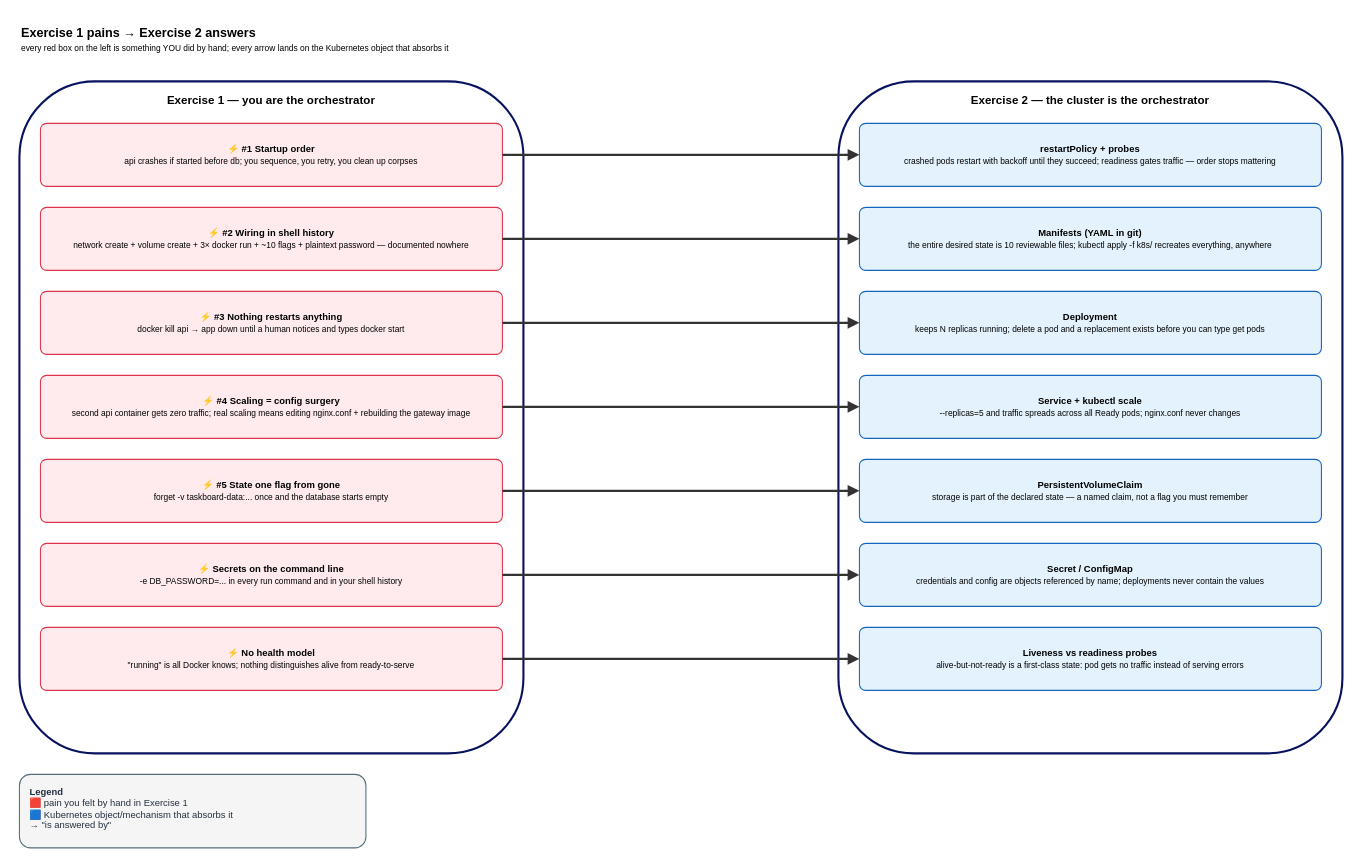
farid809/k8s-one-day-lab keeps this draw.io diagram as docs/diagrams/02-containers-vs-k8s.drawio. Above is the earlier version. Source tidied: cells renumbered, new cells numbered last; positions are measured from the earlier drawing's top-left corner, leaving out a move shared by most shapes. Both pictures are drawn from the tidied source at 105%, with x=0, y=0 at pixel (19, 18).
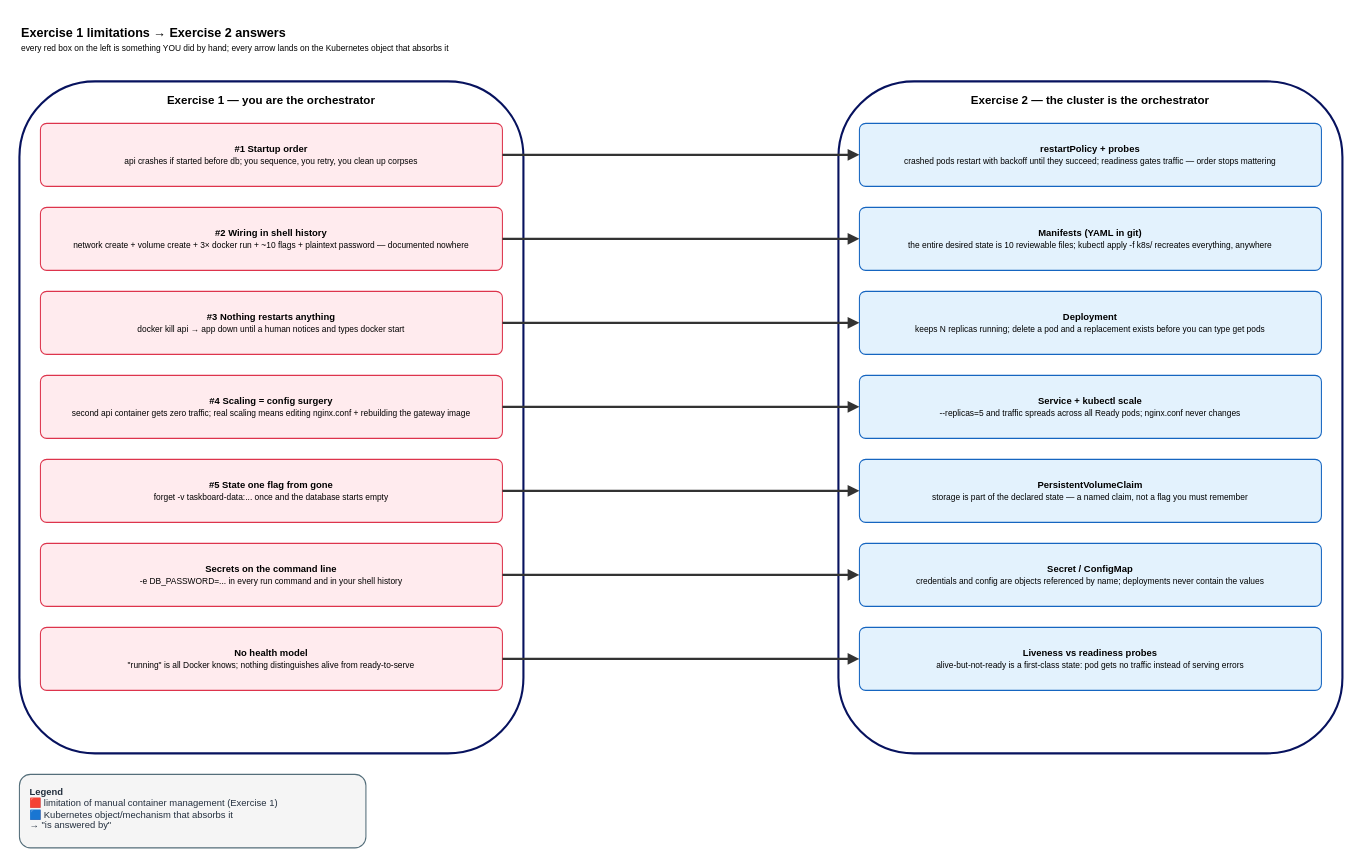
The same page after the edit.

Commit message (it also covers changes not shown here):
Replace pain framing with neutral limitation terminology throughout

Unchanged cells that the change refers to:
```xml
<mxCell id="3" value="&lt;b&gt;Exercise 1 — you are the orchestrator&lt;/b&gt;" style="rounded=1;whiteSpace=wrap;html=1;fillColor=none;strokeColor=#07125E;strokeWidth=2;verticalAlign=top;spacingTop=5;fontSize=11;fontStyle=1;" parent="1" vertex="1">
  <mxGeometry y="60" width="480" height="640" as="geometry" />
</mxCell>
```

Diff of the diagram source:
```diff
@@
-    <mxCell id="2" value="&lt;b&gt;Exercise 1 pains → Exercise 2 answers&lt;/b&gt;&lt;br&gt;&lt;span style='font-size:8px'&gt;every red box on the left is something YOU did by hand; every arrow lands on the Kubernetes object that absorbs it&lt;/span&gt;" style="text;html=1;fontSize=12;align=left;verticalAlign=top;strokeColor=none;fillColor=none;" parent="1" vertex="1">
+    <mxCell id="2" value="&lt;b&gt;Exercise 1 limitations → Exercise 2 answers&lt;/b&gt;&lt;br&gt;&lt;span style='font-size:8px'&gt;every red box on the left is something YOU did by hand; every arrow lands on the Kubernetes object that absorbs it&lt;/span&gt;" style="text;html=1;fontSize=12;align=left;verticalAlign=top;strokeColor=none;fillColor=none;" parent="1" vertex="1">
       <mxGeometry width="700" height="40" as="geometry" />
     </mxCell>
@@
-    <mxCell id="4" value="&lt;b&gt;⚡ #1 Startup order&lt;/b&gt;&lt;br&gt;&lt;span style='font-size:8px'&gt;api crashes if started before db; you sequence, you retry, you clean up corpses&lt;/span&gt;" style="rounded=1;whiteSpace=wrap;html=1;fillColor=#FFEBEE;strokeColor=#DD344C;fontSize=9;arcSize=10;" parent="3" vertex="1">
+    <mxCell id="4" value="&lt;b&gt;#1 Startup order&lt;/b&gt;&lt;br&gt;&lt;span style='font-size:8px'&gt;api crashes if started before db; you sequence, you retry, you clean up corpses&lt;/span&gt;" style="rounded=1;whiteSpace=wrap;html=1;fillColor=#FFEBEE;strokeColor=#DD344C;fontSize=9;arcSize=10;" parent="3" vertex="1">
       <mxGeometry x="20" y="40" width="440" height="60" as="geometry" />
     </mxCell>
-    <mxCell id="5" value="&lt;b&gt;⚡ #2 Wiring in shell history&lt;/b&gt;&lt;br&gt;&lt;span style='font-size:8px'&gt;network create + volume create + 3× docker run + ~10 flags + plaintext password — documented nowhere&lt;/span&gt;" style="rounded=1;whiteSpace=wrap;html=1;fillColor=#FFEBEE;strokeColor=#DD344C;fontSize=9;arcSize=10;" parent="3" vertex="1">
+    <mxCell id="5" value="&lt;b&gt;#2 Wiring in shell history&lt;/b&gt;&lt;br&gt;&lt;span style='font-size:8px'&gt;network create + volume create + 3× docker run + ~10 flags + plaintext password — documented nowhere&lt;/span&gt;" style="rounded=1;whiteSpace=wrap;html=1;fillColor=#FFEBEE;strokeColor=#DD344C;fontSize=9;arcSize=10;" parent="3" vertex="1">
       <mxGeometry x="20" y="120" width="440" height="60" as="geometry" />
     </mxCell>
-    <mxCell id="6" value="&lt;b&gt;⚡ #3 Nothing restarts anything&lt;/b&gt;&lt;br&gt;&lt;span style='font-size:8px'&gt;docker kill api → app down until a human notices and types docker start&lt;/span&gt;" style="rounded=1;whiteSpace=wrap;html=1;fillColor=#FFEBEE;strokeColor=#DD344C;fontSize=9;arcSize=10;" parent="3" vertex="1">
+    <mxCell id="6" value="&lt;b&gt;#3 Nothing restarts anything&lt;/b&gt;&lt;br&gt;&lt;span style='font-size:8px'&gt;docker kill api → app down until a human notices and types docker start&lt;/span&gt;" style="rounded=1;whiteSpace=wrap;html=1;fillColor=#FFEBEE;strokeColor=#DD344C;fontSize=9;arcSize=10;" parent="3" vertex="1">
       <mxGeometry x="20" y="200" width="440" height="60" as="geometry" />
     </mxCell>
-    <mxCell id="7" value="&lt;b&gt;⚡ #4 Scaling = config surgery&lt;/b&gt;&lt;br&gt;&lt;span style='font-size:8px'&gt;second api container gets zero traffic; real scaling means editing nginx.conf + rebuilding the gateway image&lt;/span&gt;" style="rounded=1;whiteSpace=wrap;html=1;fillColor=#FFEBEE;strokeColor=#DD344C;fontSize=9;arcSize=10;" parent="3" vertex="1">
+    <mxCell id="7" value="&lt;b&gt;#4 Scaling = config surgery&lt;/b&gt;&lt;br&gt;&lt;span style='font-size:8px'&gt;second api container gets zero traffic; real scaling means editing nginx.conf + rebuilding the gateway image&lt;/span&gt;" style="rounded=1;whiteSpace=wrap;html=1;fillColor=#FFEBEE;strokeColor=#DD344C;fontSize=9;arcSize=10;" parent="3" vertex="1">
       <mxGeometry x="20" y="280" width="440" height="60" as="geometry" />
     </mxCell>
-    <mxCell id="8" value="&lt;b&gt;⚡ #5 State one flag from gone&lt;/b&gt;&lt;br&gt;&lt;span style='font-size:8px'&gt;forget -v taskboard-data:... once and the database starts empty&lt;/span&gt;" style="rounded=1;whiteSpace=wrap;html=1;fillColor=#FFEBEE;strokeColor=#DD344C;fontSize=9;arcSize=10;" parent="3" vertex="1">
+    <mxCell id="8" value="&lt;b&gt;#5 State one flag from gone&lt;/b&gt;&lt;br&gt;&lt;span style='font-size:8px'&gt;forget -v taskboard-data:... once and the database starts empty&lt;/span&gt;" style="rounded=1;whiteSpace=wrap;html=1;fillColor=#FFEBEE;strokeColor=#DD344C;fontSize=9;arcSize=10;" parent="3" vertex="1">
       <mxGeometry x="20" y="360" width="440" height="60" as="geometry" />
     </mxCell>
-    <mxCell id="9" value="&lt;b&gt;⚡ Secrets on the command line&lt;/b&gt;&lt;br&gt;&lt;span style='font-size:8px'&gt;-e DB_PASSWORD=... in every run command and in your shell history&lt;/span&gt;" style="rounded=1;whiteSpace=wrap;html=1;fillColor=#FFEBEE;strokeColor=#DD344C;fontSize=9;arcSize=10;" parent="3" vertex="1">
+    <mxCell id="9" value="&lt;b&gt;Secrets on the command line&lt;/b&gt;&lt;br&gt;&lt;span style='font-size:8px'&gt;-e DB_PASSWORD=... in every run command and in your shell history&lt;/span&gt;" style="rounded=1;whiteSpace=wrap;html=1;fillColor=#FFEBEE;strokeColor=#DD344C;fontSize=9;arcSize=10;" parent="3" vertex="1">
       <mxGeometry x="20" y="440" width="440" height="60" as="geometry" />
     </mxCell>
-    <mxCell id="10" value="&lt;b&gt;⚡ No health model&lt;/b&gt;&lt;br&gt;&lt;span style='font-size:8px'&gt;&quot;running&quot; is all Docker knows; nothing distinguishes alive from ready-to-serve&lt;/span&gt;" style="rounded=1;whiteSpace=wrap;html=1;fillColor=#FFEBEE;strokeColor=#DD344C;fontSize=9;arcSize=10;" parent="3" vertex="1">
+    <mxCell id="10" value="&lt;b&gt;No health model&lt;/b&gt;&lt;br&gt;&lt;span style='font-size:8px'&gt;&quot;running&quot; is all Docker knows; nothing distinguishes alive from ready-to-serve&lt;/span&gt;" style="rounded=1;whiteSpace=wrap;html=1;fillColor=#FFEBEE;strokeColor=#DD344C;fontSize=9;arcSize=10;" parent="3" vertex="1">
       <mxGeometry x="20" y="520" width="440" height="60" as="geometry" />
     </mxCell>
@@
-    <mxCell id="26" value="&lt;b&gt;Legend&lt;/b&gt;&#10;🟥 pain you felt by hand in Exercise 1&#10;🟦 Kubernetes object/mechanism that absorbs it&#10;→ &quot;is answered by&quot;" style="text;html=1;fontSize=9;align=left;verticalAlign=top;fillColor=#F5F5F5;strokeColor=#546E7A;rounded=1;whiteSpace=wrap;fontColor=#232F3E;spacingLeft=8;spacingTop=5;" parent="1" vertex="1">
+    <mxCell id="26" value="&lt;b&gt;Legend&lt;/b&gt;&#10;🟥 limitation of manual container management (Exercise 1)&#10;🟦 Kubernetes object/mechanism that absorbs it&#10;→ &quot;is answered by&quot;" style="text;html=1;fontSize=9;align=left;verticalAlign=top;fillColor=#F5F5F5;strokeColor=#546E7A;rounded=1;whiteSpace=wrap;fontColor=#232F3E;spacingLeft=8;spacingTop=5;" parent="1" vertex="1">
       <mxGeometry y="720" width="330" height="70" as="geometry" />
     </mxCell>
```
